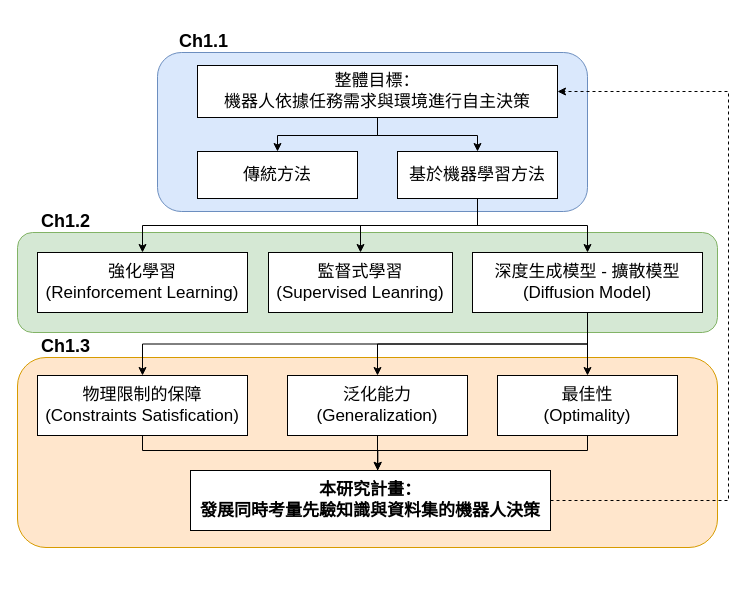
Before: Untitled Diagram.drawio in IanHuangYH/Paper_Submission_Chart, a draw.io diagram. Source tidied: cells renumbered, new cells numbered last; positions are measured from the earlier drawing's top-left corner, leaving out a move shared by most shapes. Both pictures are drawn from the tidied source at 100%, with x=0, y=0 at pixel (17, 17).
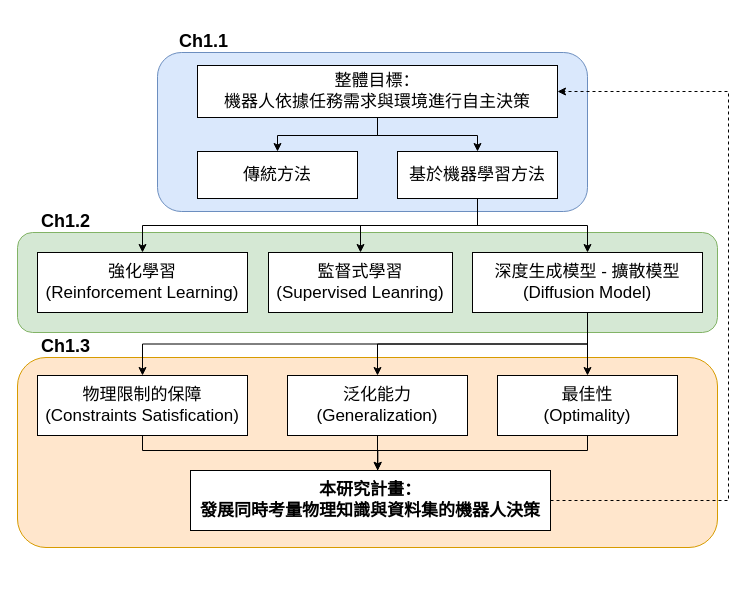
After the change.

The change refers to these unchanged cells:
```xml
<mxCell id="2" style="group;" parent="1" vertex="1">
  <mxGeometry x="20" width="680" height="568" as="geometry" />
</mxCell>
```

Change to the diagram source:
```diff
@@
-    <mxCell id="24" value="&lt;font style=&quot;font-size: 17px;&quot;&gt;&lt;b style=&quot;&quot;&gt;本研究計畫：&lt;br&gt;發展同時考量先驗知識與資料集的&lt;/b&gt;&lt;b style=&quot;&quot;&gt;機器人決策&lt;/b&gt;&lt;/font&gt;" style="rounded=0;whiteSpace=wrap;html=1;" parent="2" vertex="1">
+    <mxCell id="24" value="&lt;font style=&quot;font-size: 17px;&quot;&gt;&lt;b style=&quot;&quot;&gt;本研究計畫：&lt;br&gt;發展同時考量物理知識與資料集的&lt;/b&gt;&lt;b style=&quot;&quot;&gt;機器人決策&lt;/b&gt;&lt;/font&gt;" style="rounded=0;whiteSpace=wrap;html=1;" parent="2" vertex="1">
       <mxGeometry x="153" y="453" width="360" height="60" as="geometry" />
     </mxCell>
```
